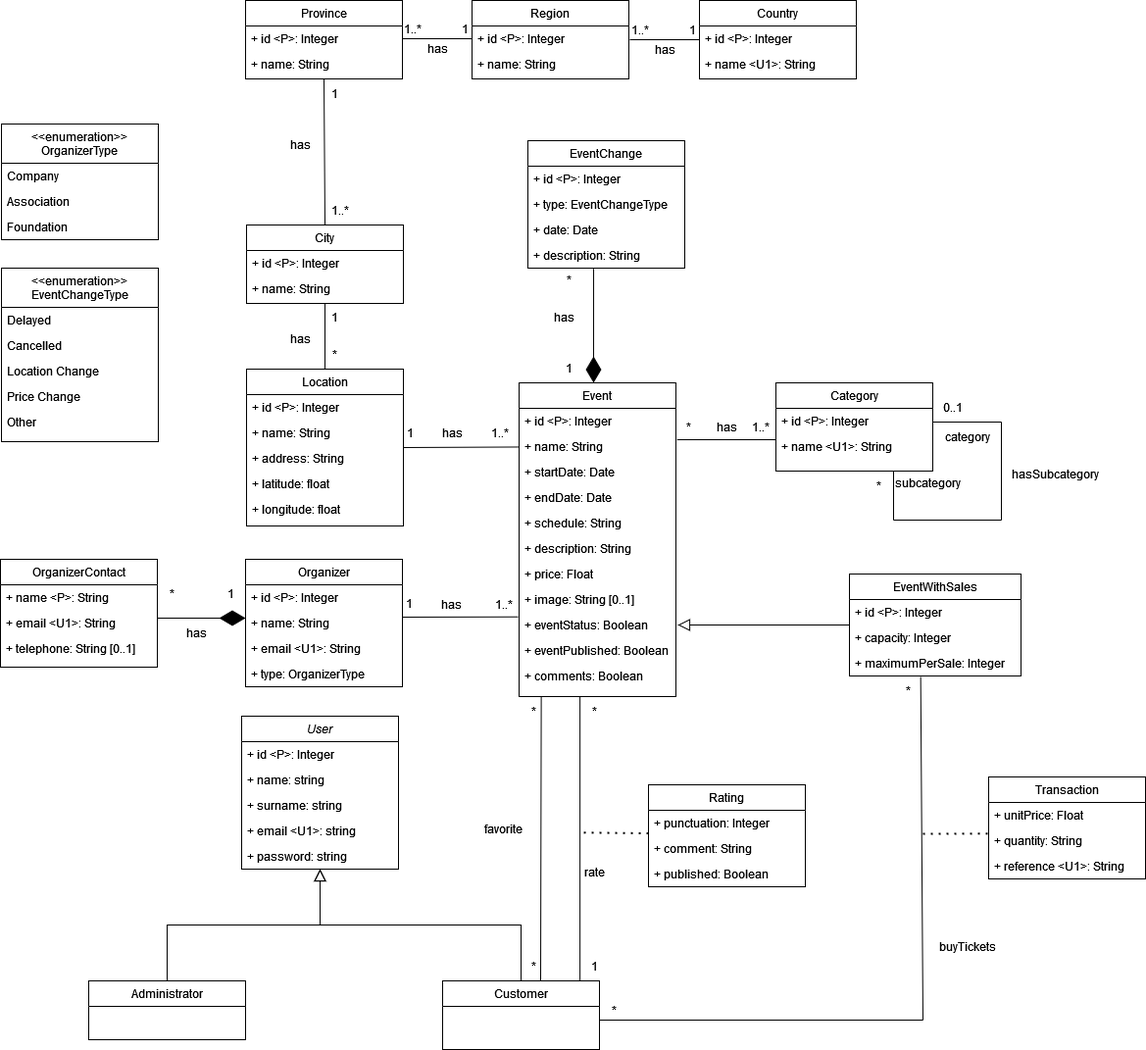
The draw.io diagram diagrams/conceptual-diagram.drawio.png in danielpilot/event-database, before a commit. Source tidied: cells renumbered, new cells last; positions are measured from the earlier drawing's top-left corner, leaving out a move shared by most shapes.
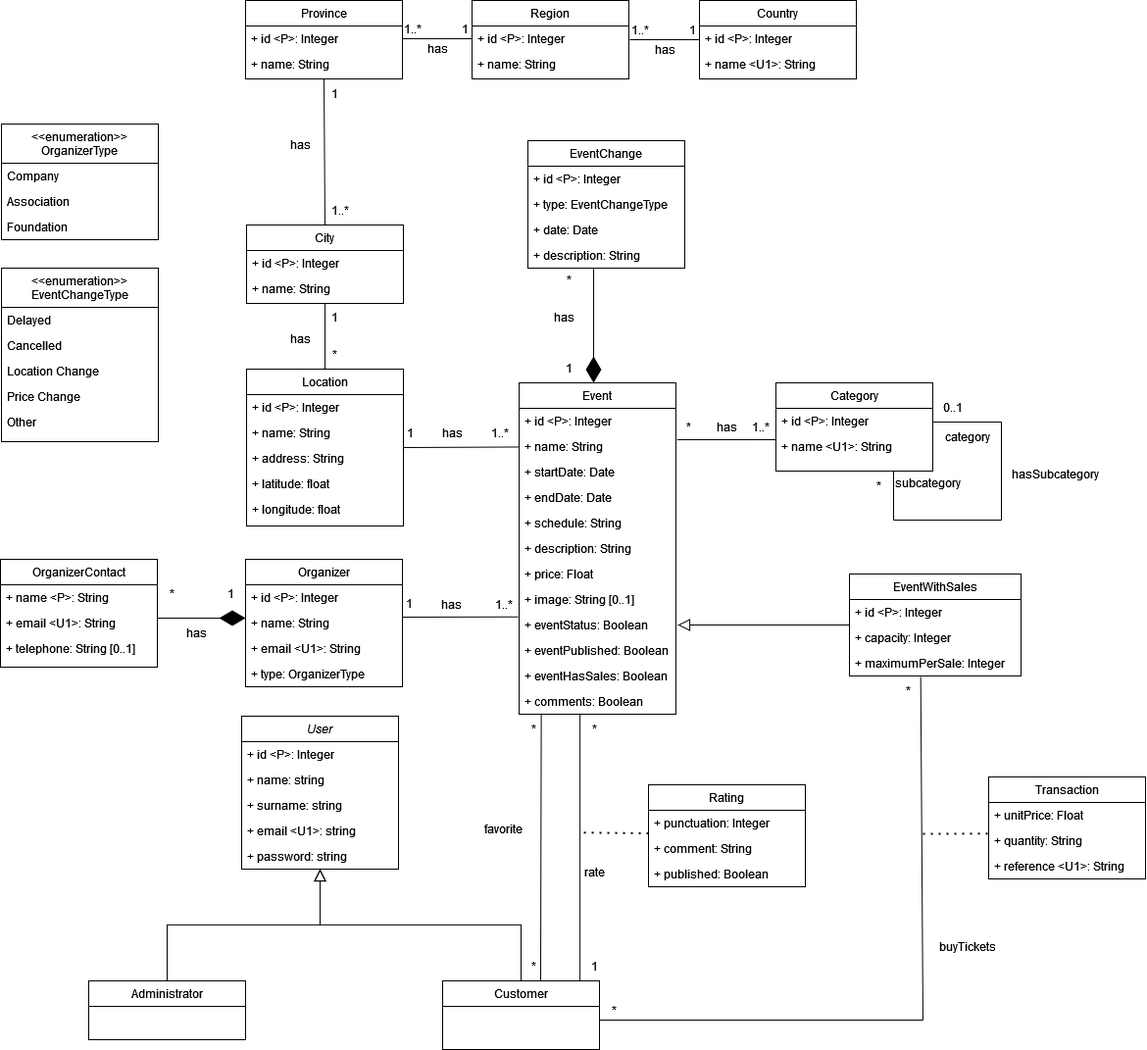
The same diagram one commit later.

Change to the diagram source:
```diff
@@ -33,7 +33,7 @@
       <mxGeometry relative="1" as="geometry" />
     </mxCell>
     <mxCell id="12" value="Event" style="swimlane;fontStyle=0;align=center;verticalAlign=top;horizontal=1;startSize=26;rounded=0;shadow=0;strokeWidth=1;" parent="1" vertex="1">
-      <mxGeometry x="529" y="390" width="160" height="320" as="geometry" />
+      <mxGeometry x="529" y="390" width="160" height="338" as="geometry" />
     </mxCell>
     <mxCell id="13" value="+ id &lt;P&gt;: Integer" style="text;align=left;verticalAlign=top;spacingLeft=4;spacingRight=4;overflow=hidden;" parent="12" vertex="1">
       <mxGeometry y="26" width="160" height="26" as="geometry" />
@@ -65,8 +65,11 @@
     <mxCell id="22" value="+ eventPublished: Boolean" style="text;align=left;verticalAlign=top;spacingLeft=4;spacingRight=4;overflow=hidden;rounded=0;shadow=0;html=0;" parent="12" vertex="1">
       <mxGeometry y="260" width="160" height="26" as="geometry" />
     </mxCell>
+    <mxCell id="142" value="+ eventHasSales: Boolean" style="text;align=left;verticalAlign=top;spacingLeft=4;spacingRight=4;overflow=hidden;rounded=0;shadow=0;html=0;" parent="12" vertex="1">
+      <mxGeometry y="286" width="160" height="26" as="geometry" />
+    </mxCell>
     <mxCell id="23" value="+ comments: Boolean" style="text;align=left;verticalAlign=top;spacingLeft=4;spacingRight=4;overflow=hidden;rounded=0;shadow=0;html=0;" parent="12" vertex="1">
-      <mxGeometry y="286" width="160" height="26" as="geometry" />
+      <mxGeometry y="312" width="160" height="26" as="geometry" />
     </mxCell>
     <mxCell id="24" value="Category" style="swimlane;fontStyle=0;align=center;verticalAlign=top;horizontal=1;startSize=26;rounded=0;shadow=0;strokeWidth=1;" parent="1" vertex="1">
       <mxGeometry x="791" y="390" width="160" height="90" as="geometry" />
@@ -374,7 +377,7 @@
       </mxGeometry>
     </mxCell>
     <mxCell id="115" value="*" style="text;html=1;align=center;verticalAlign=middle;points=[];strokeColor=none;fillColor=none;" parent="1" vertex="1">
-      <mxGeometry x="529" y="710" width="30" height="30" as="geometry" />
+      <mxGeometry x="529" y="728" width="30" height="30" as="geometry" />
     </mxCell>
     <mxCell id="116" value="*" style="text;html=1;align=center;verticalAlign=middle;strokeColor=none;fillColor=none;" parent="1" vertex="1">
       <mxGeometry x="529" y="970" width="30" height="30" as="geometry" />
@@ -386,7 +389,7 @@
       <mxGeometry relative="1" as="geometry" />
     </mxCell>
     <mxCell id="119" value="*" style="text;html=1;align=center;verticalAlign=middle;points=[];strokeColor=none;fillColor=none;" parent="1" vertex="1">
-      <mxGeometry x="591" y="710" width="30" height="30" as="geometry" />
+      <mxGeometry x="591" y="728" width="30" height="30" as="geometry" />
     </mxCell>
     <mxCell id="120" value="1" style="text;html=1;align=center;verticalAlign=middle;points=[];strokeColor=none;fillColor=none;" parent="1" vertex="1">
       <mxGeometry x="591" y="970" width="30" height="30" as="geometry" />
```
